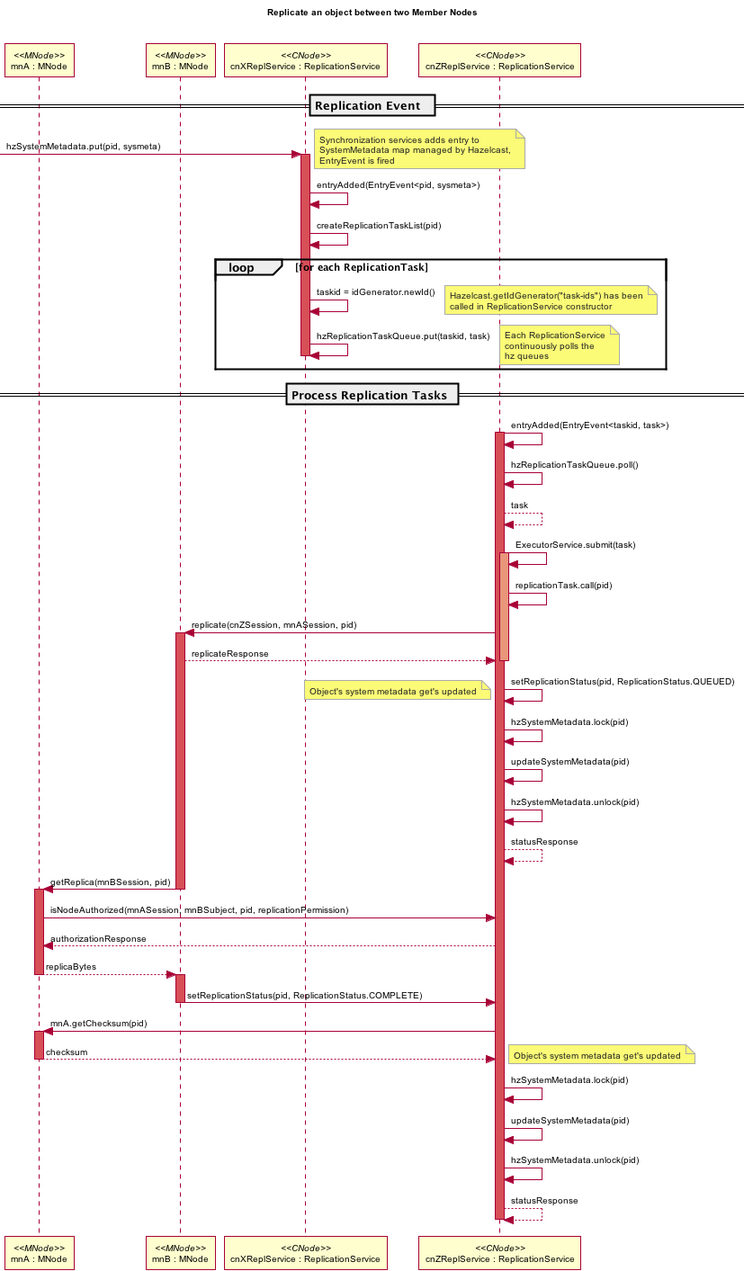
datadavev/DataONE_architecture keeps this PlantUML diagram as source/design/UseCases/images/09_seq.png. Above is the earlier version.
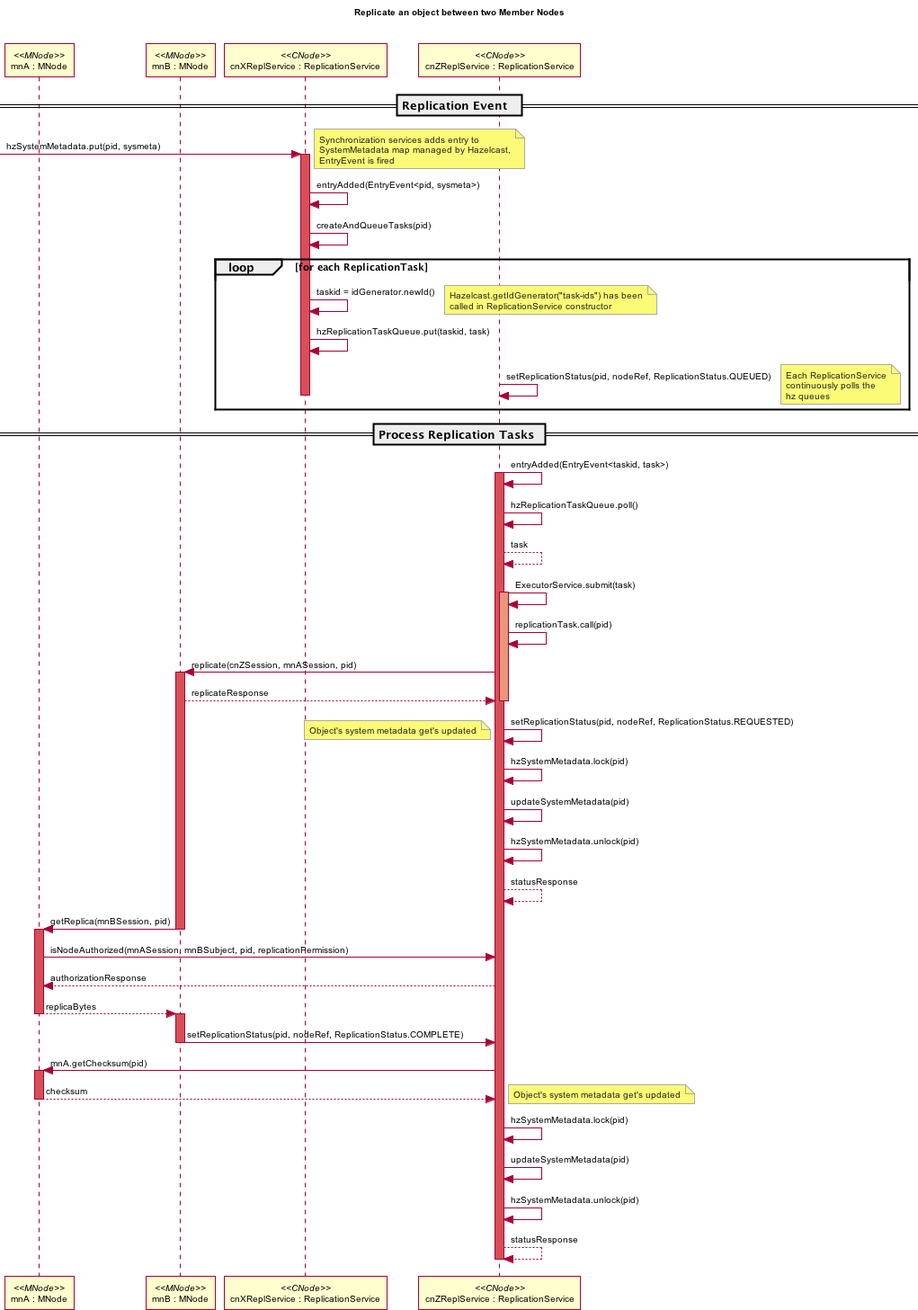
After the change.

Commit message:
Update UC 09 sequence diagram, change createReplicationTaskList() to createAndQueueTasks(). Set system metadata 3 times: QUEUED, REQUESTED, COMPLETE (or INVALIDATED if checksums don't match).

The edit, as a diff of the source:
```diff
@@ -75,7 +75,7 @@
 end note
 
 cnXrepl -> cnXrepl : entryAdded(EntryEvent<pid, sysmeta>)
-cnXrepl -> cnXrepl : createReplicationTaskList(pid)
+cnXrepl -> cnXrepl : createAndQueueTasks(pid)
 
 loop for each ReplicationTask
 cnXrepl -> cnXrepl : taskid = idGenerator.newId()
@@ -84,6 +84,7 @@
   called in ReplicationService constructor
 end note
 cnXrepl -> cnXrepl : hzReplicationTaskQueue.put(taskid, task)
+cnZ -> cnZ: setReplicationStatus(pid, nodeRef, ReplicationStatus.QUEUED)
 end loop
 note right
   Hazelcast distributes Replication
@@ -114,7 +115,7 @@
 activate mnB #D74F57
 mnB --> cnZ: replicateResponse
 deactivate cnZ
-cnZ -> cnZ: setReplicationStatus(pid, ReplicationStatus.QUEUED)
+cnZ -> cnZ: setReplicationStatus(pid, nodeRef, ReplicationStatus.REQUESTED)
 
 note left
  Object's system metadata get's updated
@@ -134,7 +135,7 @@
 deactivate mnA
 activate mnB #D74F57
 
-mnB -> cnZ: setReplicationStatus(pid, ReplicationStatus.COMPLETE)
+mnB -> cnZ: setReplicationStatus(pid, nodeRef, ReplicationStatus.COMPLETE)
 deactivate mnB
 cnZ -> mnA: mnA.getChecksum(pid)
 activate mnA #D74F57
```
